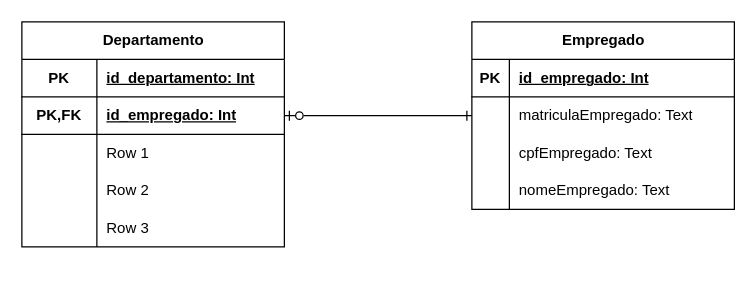
Before: atividade_aula.drawio in GabrielSilvaRodrigues/Mapeamento_OR, a draw.io diagram. Source tidied: cells renumbered, new cells numbered last; positions are measured from the earlier drawing's top-left corner, leaving out a move shared by most shapes. Both pictures are drawn from the tidied source at 125%, with x=0, y=0 at pixel (21, 21).
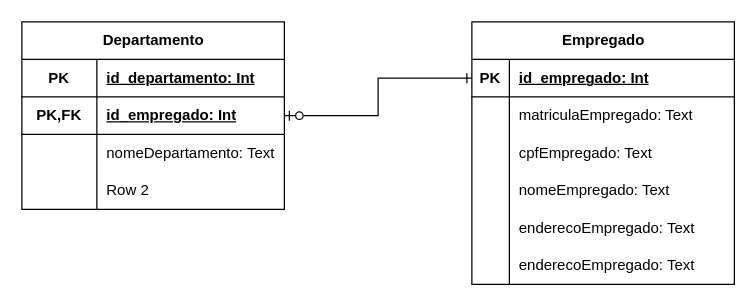
The same page after the edit.

The change refers to these unchanged cells:
```xml
<mxCell id="6" style="shape=tableRow;horizontal=0;startSize=0;swimlaneHead=0;swimlaneBody=0;fillColor=none;points=[[0,0.5],[1,0.5]];portConstraint=eastwest;top=0;left=0;right=0;bottom=1;html=1;" parent="2" vertex="1">
  <mxGeometry y="60" width="210" height="30" as="geometry" />
</mxCell>
<mxCell id="9" style="shape=tableRow;horizontal=0;startSize=0;swimlaneHead=0;swimlaneBody=0;fillColor=none;top=0;left=0;right=0;bottom=0;" parent="2" vertex="1">
  <mxGeometry y="90" width="210" height="30" as="geometry" />
</mxCell>
<mxCell id="19" style="shape=tableRow;horizontal=0;startSize=0;swimlaneHead=0;swimlaneBody=0;fillColor=none;points=[[0,0.5],[1,0.5]];portConstraint=eastwest;top=0;left=0;right=0;bottom=1;" parent="18" vertex="1">
  <mxGeometry y="30" width="210" height="30" as="geometry" />
</mxCell>
<mxCell id="22" style="shape=tableRow;horizontal=0;startSize=0;swimlaneHead=0;swimlaneBody=0;fillColor=none;points=[[0,0.5],[1,0.5]];portConstraint=eastwest;top=0;left=0;right=0;bottom=0;" parent="18" vertex="1">
  <mxGeometry y="60" width="210" height="30" as="geometry" />
</mxCell>
```

The edit, as a diff of the source:
```diff
@@
     <mxCell id="2" value="Departamento" style="shape=table;startSize=30;childLayout=tableLayout;rowLines=0;fontStyle=1;align=center;html=1;" parent="1" vertex="1">
-      <mxGeometry width="210" height="180" as="geometry" />
+      <mxGeometry width="210" height="150" as="geometry" />
     </mxCell>
@@
-    <mxCell id="11" value="Row 1" style="shape=partialRectangle;fillColor=none;top=0;left=0;bottom=0;right=0;align=left;spacingLeft=6;overflow=hidden;whiteSpace=wrap;html=1;" parent="9" vertex="1">
+    <mxCell id="11" value="nomeDepartamento: Text" style="shape=partialRectangle;fillColor=none;top=0;left=0;bottom=0;right=0;align=left;spacingLeft=6;overflow=hidden;whiteSpace=wrap;html=1;" parent="9" vertex="1">
       <mxGeometry x="60" width="150" height="30" as="geometry" />
     </mxCell>
@@
-    <mxCell id="15" style="shape=tableRow;horizontal=0;startSize=0;swimlaneHead=0;swimlaneBody=0;fillColor=none;top=0;left=0;right=0;bottom=0;" parent="2" vertex="1">
-      <mxGeometry y="150" width="210" height="30" as="geometry" />
-    </mxCell>
-    <mxCell id="16" style="shape=partialRectangle;fillColor=none;top=0;left=0;bottom=0;right=0;overflow=hidden;whiteSpace=wrap;html=1;" parent="15" vertex="1">
-      <mxGeometry width="60" height="30" as="geometry" />
-    </mxCell>
-    <mxCell id="17" value="Row 3" style="shape=partialRectangle;fillColor=none;top=0;left=0;bottom=0;right=0;align=left;spacingLeft=6;overflow=hidden;whiteSpace=wrap;html=1;" parent="15" vertex="1">
-      <mxGeometry x="60" width="150" height="30" as="geometry" />
-    </mxCell>
     <mxCell id="18" value="Empregado" style="shape=table;startSize=30;childLayout=tableLayout;rowLines=0;fontStyle=1;align=center;html=1;" parent="1" vertex="1">
-      <mxGeometry x="360" width="210" height="150" as="geometry" />
+      <mxGeometry x="360" width="210" height="210" as="geometry" />
     </mxCell>
@@
+    <mxCell id="15" style="shape=tableRow;horizontal=0;startSize=0;swimlaneHead=0;swimlaneBody=0;fillColor=none;top=0;left=0;right=0;bottom=0;" parent="18" vertex="1">
+      <mxGeometry y="150" width="210" height="30" as="geometry" />
+    </mxCell>
+    <mxCell id="32" style="shape=partialRectangle;fillColor=none;top=0;left=0;bottom=0;right=0;overflow=hidden;whiteSpace=wrap;html=1;" parent="15" vertex="1">
+      <mxGeometry width="30" height="30" as="geometry" />
+    </mxCell>
+    <mxCell id="33" value="enderecoEmpregado: Text" style="shape=partialRectangle;fillColor=none;top=0;left=0;bottom=0;right=0;align=left;spacingLeft=6;overflow=hidden;whiteSpace=wrap;html=1;" parent="15" vertex="1">
+      <mxGeometry x="30" width="180" height="30" as="geometry" />
+    </mxCell>
+    <mxCell id="34" style="shape=tableRow;horizontal=0;startSize=0;swimlaneHead=0;swimlaneBody=0;fillColor=none;top=0;left=0;right=0;bottom=0;" parent="18" vertex="1">
+      <mxGeometry y="180" width="210" height="30" as="geometry" />
+    </mxCell>
+    <mxCell id="35" style="shape=partialRectangle;fillColor=none;top=0;left=0;bottom=0;right=0;overflow=hidden;whiteSpace=wrap;html=1;" parent="34" vertex="1">
+      <mxGeometry width="30" height="30" as="geometry" />
+    </mxCell>
+    <mxCell id="36" value="enderecoEmpregado: Text" style="shape=partialRectangle;fillColor=none;top=0;left=0;bottom=0;right=0;align=left;spacingLeft=6;overflow=hidden;whiteSpace=wrap;html=1;" parent="34" vertex="1">
+      <mxGeometry x="30" width="180" height="30" as="geometry" />
+    </mxCell>
-    <mxCell id="31" style="edgeStyle=orthogonalEdgeStyle;rounded=0;jettySize=auto;html=1;endArrow=ERzeroToOne;endFill=0;startArrow=ERone;startFill=0;" parent="1" edge="1" source="22" target="6">
+    <mxCell id="31" style="edgeStyle=orthogonalEdgeStyle;rounded=0;jettySize=auto;html=1;endArrow=ERzeroToOne;endFill=0;startArrow=ERone;startFill=0;" parent="1" edge="1" source="19" target="6">
       <mxGeometry relative="1" as="geometry" />
     </mxCell>
```
